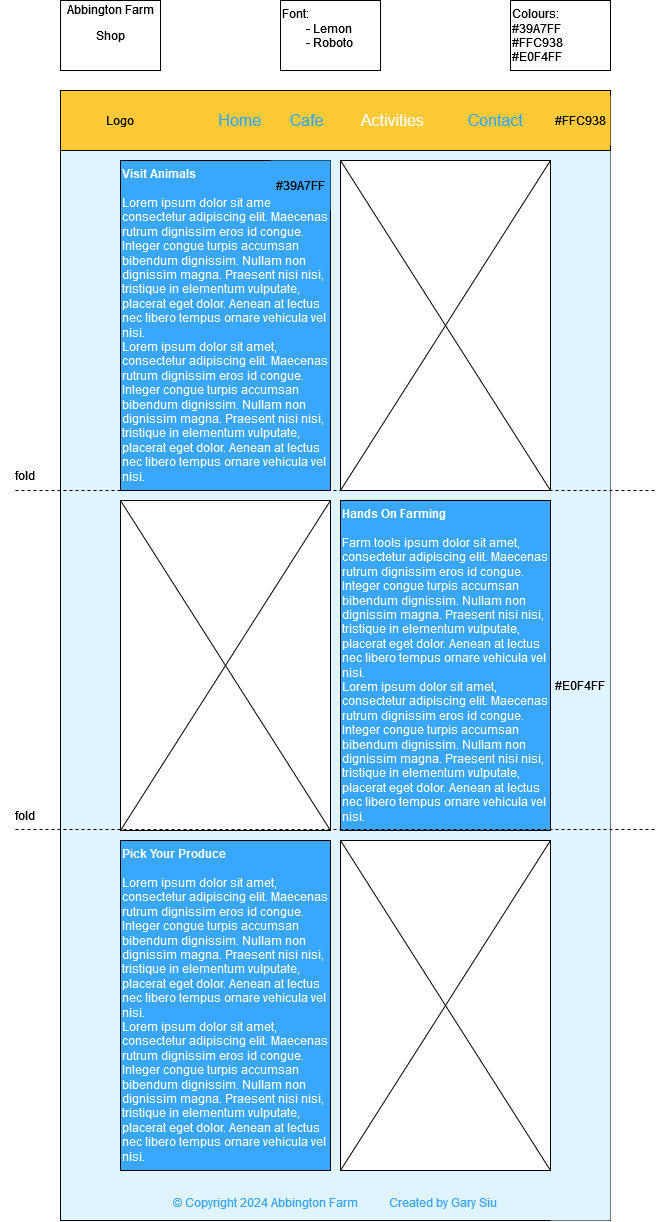
G-Siu/100DaysOfCode keeps this draw.io diagram as GCC Software Development/Web Course/Assignment/Task 1/Activities.png. Above is the earlier version. Source tidied: cells renumbered, new cells last; positions are measured from the earlier drawing's top-left corner, leaving out a move shared by most shapes.
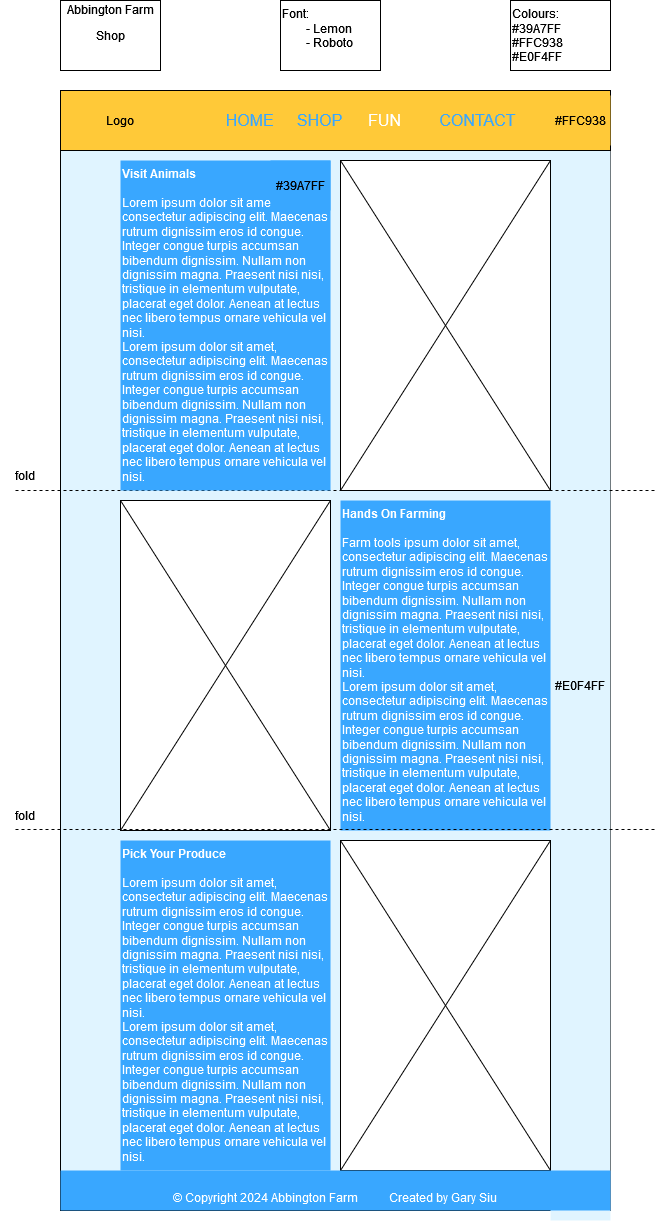
After the change.

Diff of the diagram source:
```diff
@@ -3,12 +3,12 @@
     <mxCell id="0" />
     <mxCell id="1" parent="0" />
     <mxCell id="2" style="rounded=0;whiteSpace=wrap;html=1;fillColor=#E0F4FF;" parent="1" vertex="1">
-      <mxGeometry x="60" y="150" width="550" height="1070" as="geometry" />
+      <mxGeometry x="60" y="150" width="550" height="1060" as="geometry" />
     </mxCell>
     <mxCell id="3" value="#E0F4FF" style="rounded=0;whiteSpace=wrap;html=1;strokeColor=none;fillColor=#E0F4FF;" parent="1" vertex="1">
       <mxGeometry x="550" y="150" width="60" height="1070" as="geometry" />
     </mxCell>
-    <mxCell id="4" value="&lt;font color=&quot;#ffffff&quot;&gt;&lt;b&gt;Hands On Farming&lt;/b&gt;&lt;br&gt;&lt;br&gt;Farm tools ipsum dolor sit amet, consectetur adipiscing elit. Maecenas rutrum dignissim eros id congue. Integer congue turpis accumsan bibendum dignissim. Nullam non dignissim magna. Praesent nisi nisi, tristique in elementum vulputate, placerat eget dolor. Aenean at lectus nec libero tempus ornare vehicula vel nisi.&lt;br&gt;Lorem ipsum dolor sit amet, consectetur adipiscing elit. Maecenas rutrum dignissim eros id congue. Integer congue turpis accumsan bibendum dignissim. Nullam non dignissim magna. Praesent nisi nisi, tristique in elementum vulputate, placerat eget dolor. Aenean at lectus nec libero tempus ornare vehicula vel nisi.&lt;/font&gt;" style="rounded=0;whiteSpace=wrap;html=1;verticalAlign=top;align=left;fillColor=#39A7FF;" parent="1" vertex="1">
+    <mxCell id="4" value="&lt;font color=&quot;#ffffff&quot;&gt;&lt;b&gt;Hands On Farming&lt;/b&gt;&lt;br&gt;&lt;br&gt;Farm tools ipsum dolor sit amet, consectetur adipiscing elit. Maecenas rutrum dignissim eros id congue. Integer congue turpis accumsan bibendum dignissim. Nullam non dignissim magna. Praesent nisi nisi, tristique in elementum vulputate, placerat eget dolor. Aenean at lectus nec libero tempus ornare vehicula vel nisi.&lt;br&gt;Lorem ipsum dolor sit amet, consectetur adipiscing elit. Maecenas rutrum dignissim eros id congue. Integer congue turpis accumsan bibendum dignissim. Nullam non dignissim magna. Praesent nisi nisi, tristique in elementum vulputate, placerat eget dolor. Aenean at lectus nec libero tempus ornare vehicula vel nisi.&lt;/font&gt;" style="rounded=0;whiteSpace=wrap;html=1;verticalAlign=top;align=left;fillColor=#39A7FF;strokeColor=none;" parent="1" vertex="1">
       <mxGeometry x="340" y="500" width="210" height="330" as="geometry" />
     </mxCell>
     <mxCell id="5" style="endArrow=none;dashed=1;html=1;rounded=0;" parent="1" edge="1">
@@ -20,7 +20,7 @@
     <mxCell id="6" value="fold" style="rounded=0;whiteSpace=wrap;html=1;strokeColor=none;fillColor=none;" parent="1" vertex="1">
       <mxGeometry y="460" width="50" height="30" as="geometry" />
     </mxCell>
-    <mxCell id="7" value="&lt;font color=&quot;#ffffff&quot;&gt;&lt;b&gt;Visit Animals&lt;/b&gt;&lt;br&gt;&lt;br&gt;Lorem ipsum dolor sit amet, consectetur adipiscing elit. Maecenas rutrum dignissim eros id congue. Integer congue turpis accumsan bibendum dignissim. Nullam non dignissim magna. Praesent nisi nisi, tristique in elementum vulputate, placerat eget dolor. Aenean at lectus nec libero tempus ornare vehicula vel nisi.&lt;br&gt;Lorem ipsum dolor sit amet, consectetur adipiscing elit. Maecenas rutrum dignissim eros id congue. Integer congue turpis accumsan bibendum dignissim. Nullam non dignissim magna. Praesent nisi nisi, tristique in elementum vulputate, placerat eget dolor. Aenean at lectus nec libero tempus ornare vehicula vel nisi.&lt;/font&gt;" style="rounded=0;whiteSpace=wrap;html=1;verticalAlign=top;align=left;fillColor=#39A7FF;" parent="1" vertex="1">
+    <mxCell id="7" value="&lt;font color=&quot;#ffffff&quot;&gt;&lt;b&gt;Visit Animals&lt;/b&gt;&lt;br&gt;&lt;br&gt;Lorem ipsum dolor sit amet, consectetur adipiscing elit. Maecenas rutrum dignissim eros id congue. Integer congue turpis accumsan bibendum dignissim. Nullam non dignissim magna. Praesent nisi nisi, tristique in elementum vulputate, placerat eget dolor. Aenean at lectus nec libero tempus ornare vehicula vel nisi.&lt;br&gt;Lorem ipsum dolor sit amet, consectetur adipiscing elit. Maecenas rutrum dignissim eros id congue. Integer congue turpis accumsan bibendum dignissim. Nullam non dignissim magna. Praesent nisi nisi, tristique in elementum vulputate, placerat eget dolor. Aenean at lectus nec libero tempus ornare vehicula vel nisi.&lt;/font&gt;" style="rounded=0;whiteSpace=wrap;html=1;verticalAlign=top;align=left;fillColor=#39A7FF;strokeColor=none;" parent="1" vertex="1">
       <mxGeometry x="120" y="160" width="210" height="330" as="geometry" />
     </mxCell>
     <mxCell id="8" style="group;" parent="1" vertex="1">
@@ -59,7 +59,7 @@
     <mxCell id="19" style="endArrow=none;html=1;rounded=0;exitX=0;exitY=1;exitDx=0;exitDy=0;entryX=1;entryY=0;entryDx=0;entryDy=0;" parent="16" edge="1" source="17" target="17">
       <mxGeometry relative="1" as="geometry" />
     </mxCell>
-    <mxCell id="20" value="&lt;font color=&quot;#ffffff&quot;&gt;&lt;b&gt;Pick Your Produce&lt;/b&gt;&lt;br&gt;&lt;br&gt;Lorem ipsum dolor sit amet, consectetur adipiscing elit. Maecenas rutrum dignissim eros id congue. Integer congue turpis accumsan bibendum dignissim. Nullam non dignissim magna. Praesent nisi nisi, tristique in elementum vulputate, placerat eget dolor. Aenean at lectus nec libero tempus ornare vehicula vel nisi.&lt;br&gt;Lorem ipsum dolor sit amet, consectetur adipiscing elit. Maecenas rutrum dignissim eros id congue. Integer congue turpis accumsan bibendum dignissim. Nullam non dignissim magna. Praesent nisi nisi, tristique in elementum vulputate, placerat eget dolor. Aenean at lectus nec libero tempus ornare vehicula vel nisi.&lt;/font&gt;" style="rounded=0;whiteSpace=wrap;html=1;verticalAlign=top;align=left;fillColor=#39A7FF;" parent="1" vertex="1">
+    <mxCell id="20" value="&lt;font color=&quot;#ffffff&quot;&gt;&lt;b&gt;Pick Your Produce&lt;/b&gt;&lt;br&gt;&lt;br&gt;Lorem ipsum dolor sit amet, consectetur adipiscing elit. Maecenas rutrum dignissim eros id congue. Integer congue turpis accumsan bibendum dignissim. Nullam non dignissim magna. Praesent nisi nisi, tristique in elementum vulputate, placerat eget dolor. Aenean at lectus nec libero tempus ornare vehicula vel nisi.&lt;br&gt;Lorem ipsum dolor sit amet, consectetur adipiscing elit. Maecenas rutrum dignissim eros id congue. Integer congue turpis accumsan bibendum dignissim. Nullam non dignissim magna. Praesent nisi nisi, tristique in elementum vulputate, placerat eget dolor. Aenean at lectus nec libero tempus ornare vehicula vel nisi.&lt;/font&gt;" style="rounded=0;whiteSpace=wrap;html=1;verticalAlign=top;align=left;fillColor=#39A7FF;strokeColor=none;" parent="1" vertex="1">
       <mxGeometry x="120" y="840" width="210" height="330" as="geometry" />
     </mxCell>
     <mxCell id="21" value="fold" style="rounded=0;whiteSpace=wrap;html=1;strokeColor=none;fillColor=none;" parent="1" vertex="1">
@@ -71,7 +71,7 @@
         <mxPoint x="655" y="829" as="targetPoint" />
       </mxGeometry>
     </mxCell>
-    <mxCell id="23" value="&lt;div align=&quot;left&quot; style=&quot;font-size: 16px;&quot;&gt;&lt;font color=&quot;#39a7ff&quot; style=&quot;font-size: 16px;&quot;&gt;&lt;span style=&quot;white-space: pre;&quot;&gt;&#9;&lt;/span&gt;&lt;span style=&quot;white-space: pre;&quot;&gt;&#9;&lt;/span&gt;&lt;/font&gt;&lt;font color=&quot;#39a7ff&quot; style=&quot;font-size: 16px;&quot;&gt;Home&lt;/font&gt;&lt;font color=&quot;#39a7ff&quot; style=&quot;font-size: 16px;&quot;&gt; &lt;span style=&quot;white-space: pre;&quot;&gt;&#9;&lt;/span&gt;&lt;/font&gt;&lt;font color=&quot;#39a7ff&quot; style=&quot;font-size: 16px;&quot;&gt;Cafe &lt;span style=&quot;white-space: pre;&quot;&gt;&#9;&lt;/span&gt;&lt;/font&gt;&lt;font color=&quot;#ffffff&quot; style=&quot;font-size: 16px;&quot;&gt;Activities &lt;span style=&quot;white-space: pre;&quot;&gt;&#9;&lt;/span&gt;&lt;/font&gt;&lt;font color=&quot;#39a7ff&quot; style=&quot;font-size: 16px;&quot;&gt;Contact&lt;br style=&quot;font-size: 16px;&quot;&gt;&lt;/font&gt;&lt;/div&gt;" style="rounded=0;whiteSpace=wrap;html=1;fillColor=#FFC938;fontSize=16;fontColor=#416D19;" parent="1" vertex="1">
+    <mxCell id="23" value="&lt;div align=&quot;left&quot; style=&quot;font-size: 16px;&quot;&gt;&lt;font color=&quot;#39a7ff&quot; style=&quot;font-size: 16px;&quot;&gt;&lt;span style=&quot;white-space: pre;&quot;&gt;&#9;&lt;/span&gt;&lt;span style=&quot;white-space: pre;&quot;&gt;&#9;HOME&lt;/span&gt;&lt;/font&gt;&lt;font color=&quot;#39a7ff&quot; style=&quot;font-size: 16px;&quot;&gt; &lt;span style=&quot;white-space: pre;&quot;&gt;&#9;SHOP&lt;/span&gt;&lt;/font&gt;&lt;font color=&quot;#39a7ff&quot; style=&quot;font-size: 16px;&quot;&gt; &lt;span style=&quot;white-space: pre;&quot;&gt;&#9;&lt;/span&gt;&lt;/font&gt;&lt;font color=&quot;#ffffff&quot;&gt;FUN&lt;/font&gt;&lt;font color=&quot;#ffffff&quot; style=&quot;font-size: 16px;&quot;&gt; &lt;span style=&quot;white-space: pre;&quot;&gt;&#9;&lt;/span&gt;&lt;/font&gt;&lt;font color=&quot;#39a7ff&quot; style=&quot;font-size: 16px;&quot;&gt;CONTACT&lt;br style=&quot;font-size: 16px;&quot;&gt;&lt;/font&gt;&lt;/div&gt;" style="rounded=0;whiteSpace=wrap;html=1;fillColor=#FFC938;fontSize=16;fontColor=#416D19;" parent="1" vertex="1">
       <mxGeometry x="60" y="90" width="550" height="60" as="geometry" />
     </mxCell>
     <mxCell id="24" value="Logo" style="rounded=0;whiteSpace=wrap;html=1;strokeColor=none;fillColor=none;" parent="1" vertex="1">
@@ -80,9 +80,6 @@
     <mxCell id="25" value="#FFC938" style="rounded=0;whiteSpace=wrap;html=1;fillColor=#FFC938;strokeColor=none;" parent="1" vertex="1">
       <mxGeometry x="550" y="95" width="60" height="50" as="geometry" />
     </mxCell>
-    <mxCell id="26" value="&lt;font color=&quot;#39a7ff&quot;&gt;&lt;br&gt;&lt;/font&gt;&lt;p&gt;&lt;font color=&quot;#39a7ff&quot;&gt;© Copyright 2024 Abbington Farm&lt;span style=&quot;white-space: pre;&quot;&gt;&#9;&lt;/span&gt;&lt;span style=&quot;white-space: pre;&quot;&gt;&#9;&lt;/span&gt;Created by Gary Siu&lt;br&gt;&lt;/font&gt;&lt;/p&gt;" style="rounded=0;whiteSpace=wrap;html=1;verticalAlign=middle;align=center;fillColor=#E0F4FF;strokeColor=none;" parent="1" vertex="1">
-      <mxGeometry x="120" y="1180" width="430" height="30" as="geometry" />
-    </mxCell>
     <mxCell id="27" value="#39A7FF" style="rounded=0;whiteSpace=wrap;html=1;fillColor=#39A7FF;strokeColor=none;" parent="1" vertex="1">
       <mxGeometry x="270" y="160" width="60" height="50" as="geometry" />
     </mxCell>
@@ -101,5 +98,8 @@
     <mxCell id="32" value="Abbington Farm" style="rounded=0;whiteSpace=wrap;html=1;strokeColor=none;fillColor=none;" parent="30" vertex="1">
       <mxGeometry x="5" width="90" height="17.5" as="geometry" />
     </mxCell>
+    <mxCell id="26" value="&lt;font&gt;&lt;br&gt;&lt;/font&gt;&lt;p&gt;&lt;font&gt;© Copyright 2024 Abbington Farm&lt;span style=&quot;white-space: pre;&quot;&gt;&#9;&lt;/span&gt;&lt;span style=&quot;white-space: pre;&quot;&gt;&#9;&lt;/span&gt;Created by Gary Siu&lt;br&gt;&lt;/font&gt;&lt;/p&gt;" style="rounded=0;whiteSpace=wrap;html=1;verticalAlign=middle;align=center;fillColor=#39A7FF;strokeColor=none;fontColor=#FFFFFF;" parent="1" vertex="1">
+      <mxGeometry x="60" y="1170" width="550" height="40" as="geometry" />
+    </mxCell>
   </root>
 </mxGraphModel>
```
